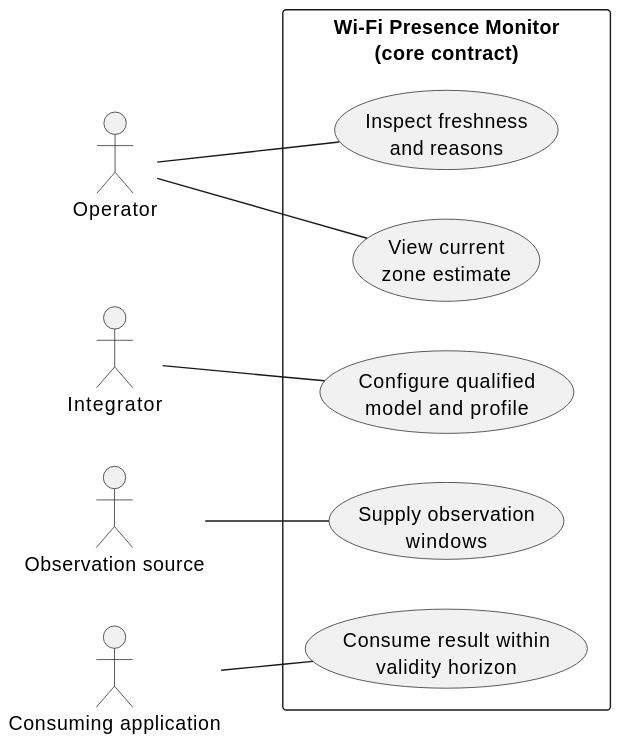
This is docs/diagrams/use_cases.svg from Sage-Cat/cooperative-wifi-presence-monitor, a PlantUML export, as it was before one commit. Its source is kept beside it as docs/diagrams/use_cases.puml. The source it was exported from:
```plantuml
@startuml
left to right direction
skinparam packageStyle rectangle
skinparam shadowing false

actor Operator
actor Integrator
actor "Observation source" as Source
actor "Consuming application" as Consumer

rectangle "Wi-Fi Presence Monitor\n(core contract)" as Core {
  usecase "Supply observation\nwindows" as UC_Source
  usecase "Configure qualified\nmodel and profile" as UC_Config
  usecase "View current\nzone estimate" as UC_View
  usecase "Inspect freshness\nand reasons" as UC_Inspect
  usecase "Consume result within\nvalidity horizon" as UC_Consume
}

Source -- UC_Source
Integrator -- UC_Config
Operator -- UC_View
Operator -- UC_Inspect
Consumer -- UC_Consume

@enduml
```
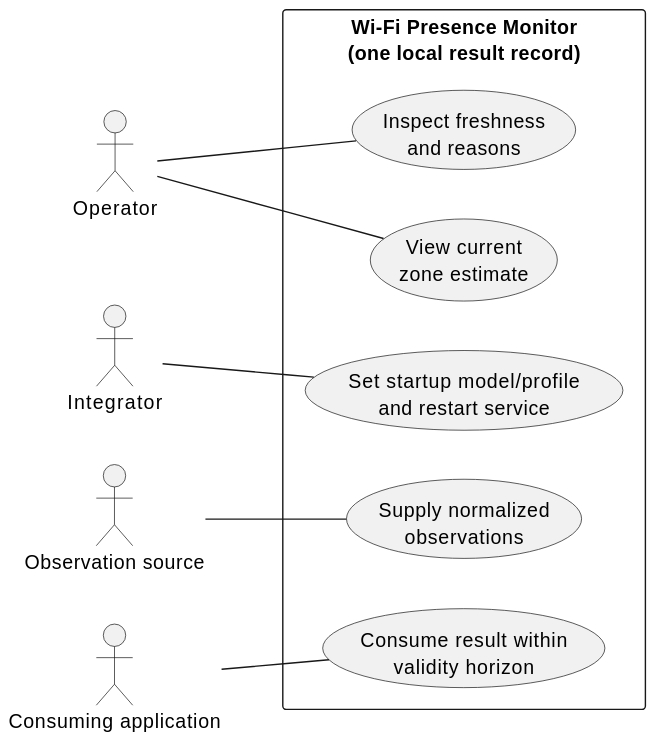
Above is the later version.

What changed in the source:
```diff
@@ -8,9 +8,9 @@
 actor "Observation source" as Source
 actor "Consuming application" as Consumer
 
-rectangle "Wi-Fi Presence Monitor\n(core contract)" as Core {
-  usecase "Supply observation\nwindows" as UC_Source
-  usecase "Configure qualified\nmodel and profile" as UC_Config
+rectangle "Wi-Fi Presence Monitor\n(one local result record)" as Core {
+  usecase "Supply normalized\nobservations" as UC_Source
+  usecase "Set startup model/profile\nand restart service" as UC_Config
   usecase "View current\nzone estimate" as UC_View
   usecase "Inspect freshness\nand reasons" as UC_Inspect
   usecase "Consume result within\nvalidity horizon" as UC_Consume
```
